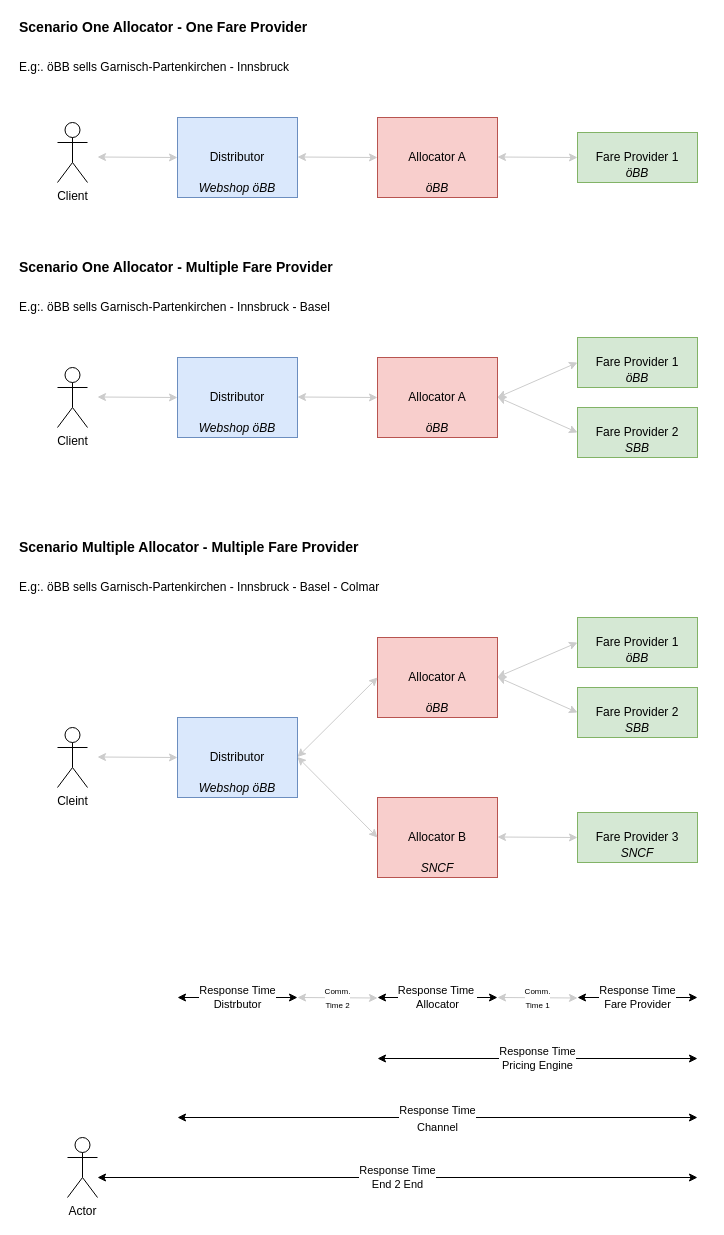
Before: images/non-functional-requirements/responseTimes.drawio in UnionInternationalCheminsdeFer/OSDM, a draw.io diagram. Source tidied: cells renumbered, new cells numbered last; positions are measured from the earlier drawing's top-left corner, leaving out a move shared by most shapes. Both pictures are drawn from the tidied source at 100%, with x=0, y=0 at pixel (17, 17).
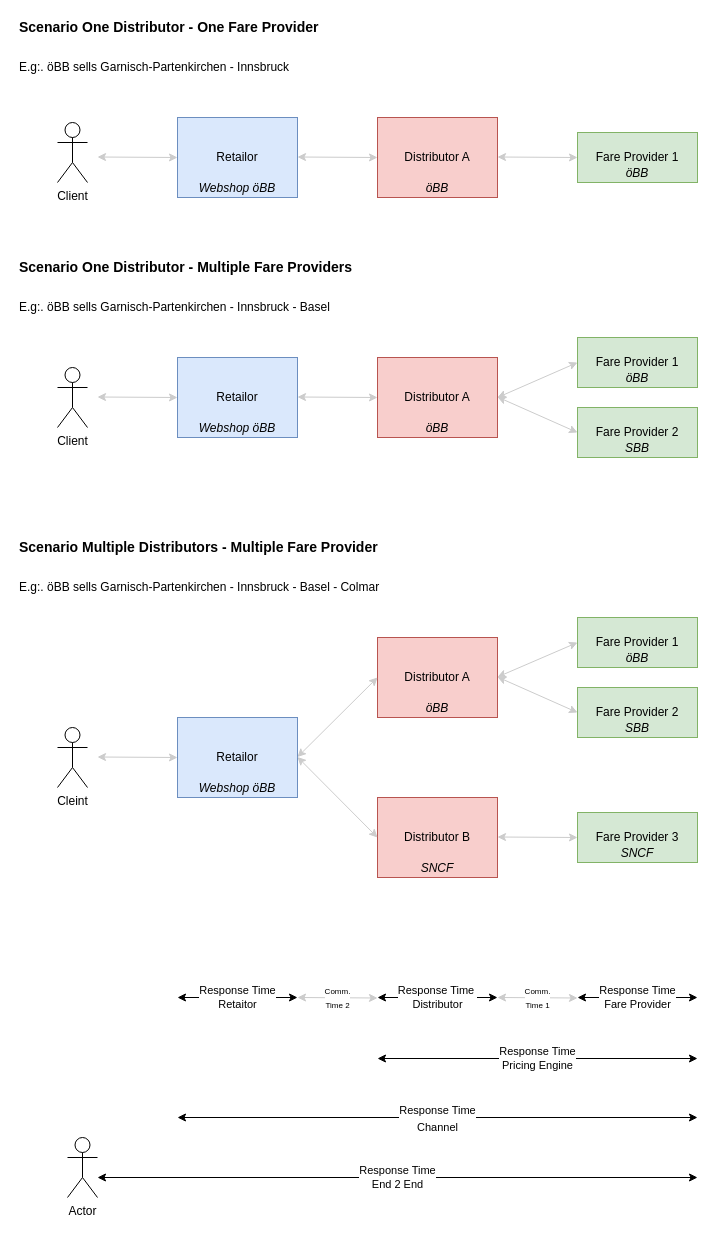
After the change.

Change to the diagram source:
```diff
@@
-    <mxCell id="3" value="Distributor" style="rounded=0;whiteSpace=wrap;html=1;fillColor=#dae8fc;strokeColor=#6c8ebf;" parent="1" vertex="1">
+    <mxCell id="3" value="Retailor" style="rounded=0;whiteSpace=wrap;html=1;fillColor=#dae8fc;strokeColor=#6c8ebf;" parent="1" vertex="1">
       <mxGeometry x="160" y="100" width="120" height="80" as="geometry" />
     </mxCell>
-    <mxCell id="4" value="Allocator A" style="rounded=0;whiteSpace=wrap;html=1;fillColor=#f8cecc;strokeColor=#b85450;" parent="1" vertex="1">
+    <mxCell id="4" value="Distributor A" style="rounded=0;whiteSpace=wrap;html=1;fillColor=#f8cecc;strokeColor=#b85450;" parent="1" vertex="1">
       <mxGeometry x="360" y="100" width="120" height="80" as="geometry" />
     </mxCell>
@@
-    <mxCell id="7" value="Distributor" style="rounded=0;whiteSpace=wrap;html=1;fillColor=#dae8fc;strokeColor=#6c8ebf;" parent="1" vertex="1">
+    <mxCell id="7" value="Retailor" style="rounded=0;whiteSpace=wrap;html=1;fillColor=#dae8fc;strokeColor=#6c8ebf;" parent="1" vertex="1">
       <mxGeometry x="160" y="340" width="120" height="80" as="geometry" />
     </mxCell>
-    <mxCell id="8" value="Allocator A" style="rounded=0;whiteSpace=wrap;html=1;fillColor=#f8cecc;strokeColor=#b85450;" parent="1" vertex="1">
+    <mxCell id="8" value="Distributor A" style="rounded=0;whiteSpace=wrap;html=1;fillColor=#f8cecc;strokeColor=#b85450;" parent="1" vertex="1">
       <mxGeometry x="360" y="340" width="120" height="80" as="geometry" />
     </mxCell>
@@
-    <mxCell id="11" value="Distributor" style="rounded=0;whiteSpace=wrap;html=1;fillColor=#dae8fc;strokeColor=#6c8ebf;" parent="1" vertex="1">
+    <mxCell id="11" value="Retailor" style="rounded=0;whiteSpace=wrap;html=1;fillColor=#dae8fc;strokeColor=#6c8ebf;" parent="1" vertex="1">
       <mxGeometry x="160" y="700" width="120" height="80" as="geometry" />
     </mxCell>
-    <mxCell id="12" value="Allocator A" style="rounded=0;whiteSpace=wrap;html=1;strokeColor=#b85450;fillColor=#f8cecc;" parent="1" vertex="1">
+    <mxCell id="12" value="Distributor A" style="rounded=0;whiteSpace=wrap;html=1;strokeColor=#b85450;fillColor=#f8cecc;" parent="1" vertex="1">
       <mxGeometry x="360" y="620" width="120" height="80" as="geometry" />
     </mxCell>
@@
-    <mxCell id="15" value="Allocator B" style="rounded=0;whiteSpace=wrap;html=1;strokeColor=#b85450;fillColor=#f8cecc;" parent="1" vertex="1">
+    <mxCell id="15" value="Distributor B" style="rounded=0;whiteSpace=wrap;html=1;strokeColor=#b85450;fillColor=#f8cecc;" parent="1" vertex="1">
       <mxGeometry x="360" y="780" width="120" height="80" as="geometry" />
     </mxCell>
@@
-    <mxCell id="19" value="Response Time&amp;nbsp;&lt;br&gt;Allocator" style="endArrow=classic;startArrow=classic;html=1;" parent="1" edge="1">
+    <mxCell id="19" value="Response Time&amp;nbsp;&lt;br&gt;Distributor" style="endArrow=classic;startArrow=classic;html=1;" parent="1" edge="1">
       <mxGeometry relative="1" as="geometry">
         <mxPoint x="360" y="980" as="sourcePoint" />
         <mxPoint x="480" y="980" as="targetPoint" />
       </mxGeometry>
     </mxCell>
-    <mxCell id="20" value="Response Time&lt;br&gt;Distrbutor" style="endArrow=classic;startArrow=classic;html=1;" parent="1" edge="1">
+    <mxCell id="20" value="Response Time&lt;br&gt;Retaitor" style="endArrow=classic;startArrow=classic;html=1;" parent="1" edge="1">
       <mxGeometry relative="1" as="geometry">
         <mxPoint x="160" y="980" as="sourcePoint" />
         <mxPoint x="280" y="980" as="targetPoint" />
       </mxGeometry>
     </mxCell>
@@
-    <mxCell id="23" value="Scenario One Allocator - One Fare Provider" style="text;html=1;strokeColor=none;fillColor=none;align=left;verticalAlign=middle;whiteSpace=wrap;rounded=0;fontColor=#000000;fontStyle=1;fontSize=14;" parent="1" vertex="1">
+    <mxCell id="23" value="Scenario One Distributor - One Fare Provider" style="text;html=1;strokeColor=none;fillColor=none;align=left;verticalAlign=middle;whiteSpace=wrap;rounded=0;fontColor=#000000;fontStyle=1;fontSize=14;" parent="1" vertex="1">
       <mxGeometry width="360" height="20" as="geometry" />
     </mxCell>
-    <mxCell id="24" value="Scenario One Allocator - Multiple Fare Provider" style="text;html=1;strokeColor=none;fillColor=none;align=left;verticalAlign=middle;whiteSpace=wrap;rounded=0;fontColor=#000000;fontStyle=1;fontSize=14;" parent="1" vertex="1">
+    <mxCell id="24" value="Scenario One Distributor - Multiple Fare Providers" style="text;html=1;strokeColor=none;fillColor=none;align=left;verticalAlign=middle;whiteSpace=wrap;rounded=0;fontColor=#000000;fontStyle=1;fontSize=14;" parent="1" vertex="1">
       <mxGeometry y="240" width="360" height="20" as="geometry" />
     </mxCell>
-    <mxCell id="25" value="Scenario Multiple Allocator - Multiple Fare Provider" style="text;html=1;strokeColor=none;fillColor=none;align=left;verticalAlign=middle;whiteSpace=wrap;rounded=0;fontColor=#000000;fontStyle=1;fontSize=14;" parent="1" vertex="1">
-      <mxGeometry y="520" width="360" height="20" as="geometry" />
+    <mxCell id="25" value="Scenario Multiple Distributors - Multiple Fare Provider" style="text;html=1;strokeColor=none;fillColor=none;align=left;verticalAlign=middle;whiteSpace=wrap;rounded=0;fontColor=#000000;fontStyle=1;fontSize=14;" parent="1" vertex="1">
+      <mxGeometry y="520" width="400" height="20" as="geometry" />
     </mxCell>
```
